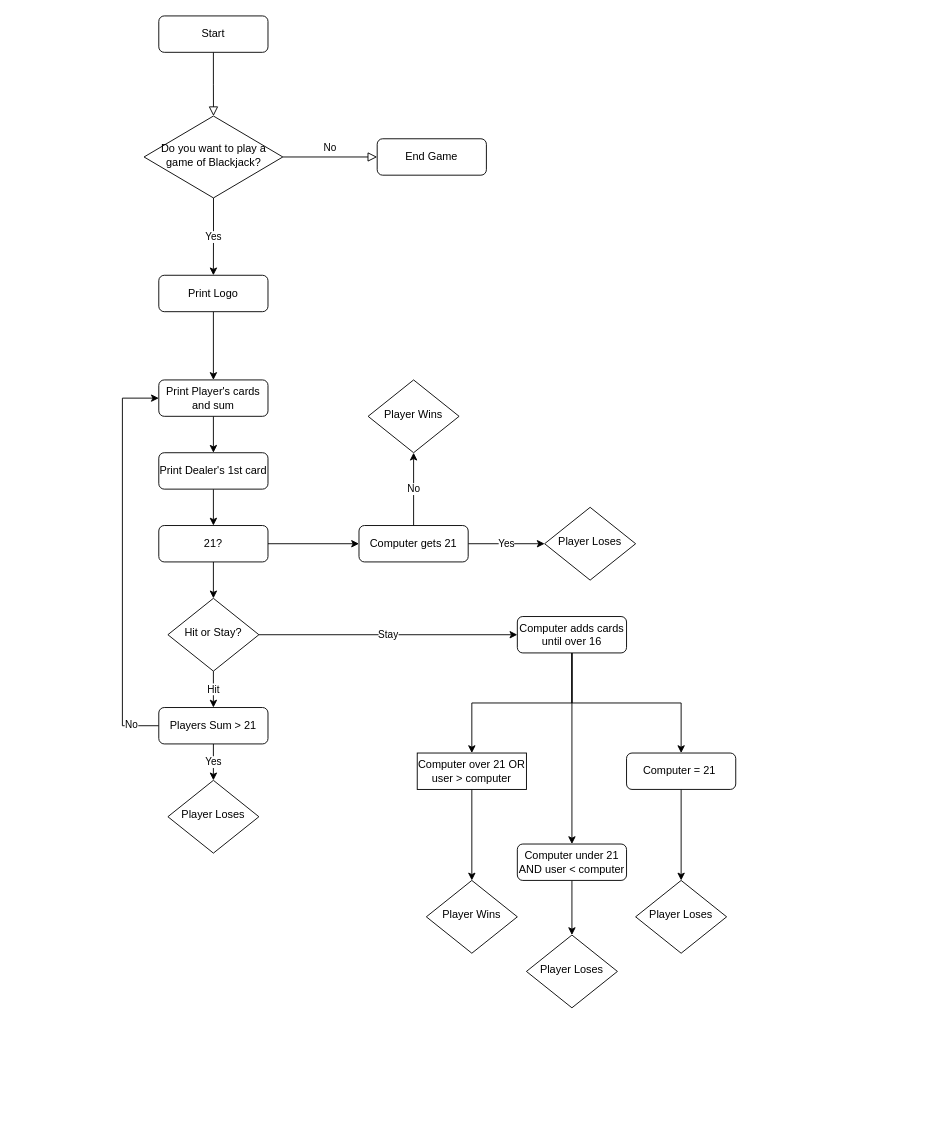
Before: Blackjack_flowchart.drawio in bcrawford72/my_test_workflows, a draw.io diagram. Source tidied: cells renumbered, new cells numbered last; positions are measured from the earlier drawing's top-left corner, leaving out a move shared by most shapes. Both pictures are drawn from the tidied source at 91%, with x=0, y=0 at pixel (122, 15).
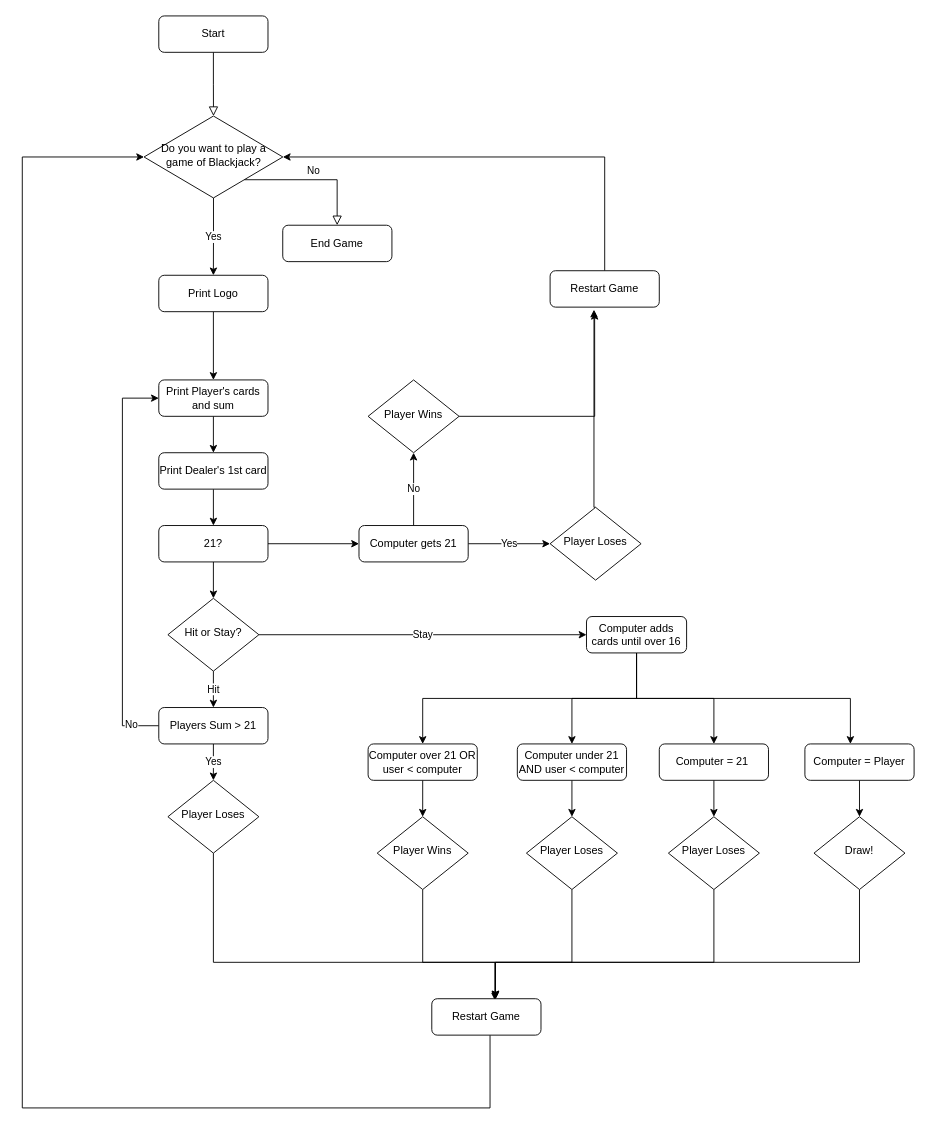
After the change.

The change refers to these unchanged cells:
```xml
<mxCell id="6" value="Do you want to play a game of Blackjack?" style="rhombus;whiteSpace=wrap;html=1;shadow=0;fontFamily=Helvetica;fontSize=12;align=center;strokeWidth=1;spacing=6;spacingTop=-4;" parent="1" vertex="1">
  <mxGeometry x="23.8" y="110" width="152.5" height="90" as="geometry" />
</mxCell>
<mxCell id="31" value="Player Loses" style="rhombus;whiteSpace=wrap;html=1;shadow=0;fontFamily=Helvetica;fontSize=12;align=center;strokeWidth=1;spacing=6;spacingTop=-4;" parent="1" vertex="1">
  <mxGeometry x="50" y="840" width="100" height="80" as="geometry" />
</mxCell>
<mxCell id="43" value="Player Wins" style="rhombus;whiteSpace=wrap;html=1;shadow=0;fontFamily=Helvetica;fontSize=12;align=center;strokeWidth=1;spacing=6;spacingTop=-4;" parent="1" vertex="1">
  <mxGeometry x="270" y="400" width="100" height="80" as="geometry" />
</mxCell>
```

What changed in the source:
```diff
@@
     <mxCell id="4" value="No" style="edgeStyle=orthogonalEdgeStyle;rounded=0;html=1;jettySize=auto;fontSize=11;endArrow=block;endFill=0;endSize=8;strokeWidth=1;shadow=0;labelBackgroundColor=none;" parent="1" edge="1" source="6" target="7">
-      <mxGeometry y="10" relative="1" as="geometry" />
+      <mxGeometry y="10" relative="1" as="geometry">
+        <Array as="points">
+          <mxPoint x="236" y="180" />
+        </Array>
+      </mxGeometry>
     </mxCell>
@@
     <mxCell id="7" value="End Game" style="rounded=1;whiteSpace=wrap;html=1;fontSize=12;glass=0;strokeWidth=1;shadow=0;" parent="1" vertex="1">
-      <mxGeometry x="280" y="135" width="120" height="40" as="geometry" />
+      <mxGeometry x="176.2" y="230" width="120" height="40" as="geometry" />
     </mxCell>
@@
+    <mxCell id="23" style="edgeStyle=orthogonalEdgeStyle;rounded=0;jettySize=auto;html=1;" parent="1" edge="1" source="24" target="33">
+      <mxGeometry relative="1" as="geometry">
+        <Array as="points">
+          <mxPoint x="565" y="750" />
+          <mxPoint x="650" y="750" />
+        </Array>
+      </mxGeometry>
+    </mxCell>
@@
-    <mxCell id="22" style="edgeStyle=orthogonalEdgeStyle;rounded=0;jettySize=auto;html=1;entryX=0.5;entryY=0;entryDx=0;entryDy=0;" parent="1" edge="1" source="24" target="26">
-      <mxGeometry relative="1" as="geometry" />
-    </mxCell>
-    <mxCell id="23" style="edgeStyle=orthogonalEdgeStyle;rounded=0;jettySize=auto;html=1;" parent="1" edge="1" source="24" target="33">
-      <mxGeometry relative="1" as="geometry" />
-    </mxCell>
+    <mxCell id="44" style="edgeStyle=orthogonalEdgeStyle;rounded=0;jettySize=auto;html=1;" parent="1" edge="1" source="24" target="55">
+      <mxGeometry relative="1" as="geometry">
+        <Array as="points">
+          <mxPoint x="565" y="750" />
+          <mxPoint x="800" y="750" />
+        </Array>
+      </mxGeometry>
+    </mxCell>
+    <mxCell id="45" style="edgeStyle=orthogonalEdgeStyle;rounded=0;jettySize=auto;html=1;entryX=0.5;entryY=0;entryDx=0;entryDy=0;" parent="1" edge="1" source="24" target="59">
+      <mxGeometry relative="1" as="geometry">
+        <Array as="points">
+          <mxPoint x="565" y="750" />
+          <mxPoint x="330" y="750" />
+        </Array>
+      </mxGeometry>
+    </mxCell>
     <mxCell id="24" value="Computer adds cards until over 16" style="rounded=1;whiteSpace=wrap;html=1;fontSize=12;glass=0;strokeWidth=1;shadow=0;" parent="1" vertex="1">
-      <mxGeometry x="434" y="660" width="120" height="40" as="geometry" />
+      <mxGeometry x="510" y="660" width="110" height="40" as="geometry" />
     </mxCell>
-    <mxCell id="25" style="edgeStyle=orthogonalEdgeStyle;rounded=0;jettySize=auto;html=1;" parent="1" edge="1" source="26" target="27">
-      <mxGeometry relative="1" as="geometry" />
-    </mxCell>
-    <mxCell id="26" value="Computer over 21 OR user &amp;gt; computer" style="rounded=1;whiteSpace=wrap;html=1;fontSize=12;glass=0;strokeWidth=1;shadow=0;arcSize=0;" parent="1" vertex="1">
-      <mxGeometry x="324" y="810" width="120" height="40" as="geometry" />
-    </mxCell>
+    <mxCell id="46" style="edgeStyle=orthogonalEdgeStyle;rounded=0;jettySize=auto;html=1;" parent="1" edge="1" source="27">
+      <mxGeometry relative="1" as="geometry">
+        <mxPoint x="410" y="1080" as="targetPoint" />
+        <Array as="points">
+          <mxPoint x="330" y="1040" />
+          <mxPoint x="410" y="1040" />
+        </Array>
+      </mxGeometry>
+    </mxCell>
     <mxCell id="27" value="Player Wins" style="rhombus;whiteSpace=wrap;html=1;shadow=0;fontFamily=Helvetica;fontSize=12;align=center;strokeWidth=1;spacing=6;spacingTop=-4;" parent="1" vertex="1">
-      <mxGeometry x="334" y="950" width="100" height="80" as="geometry" />
+      <mxGeometry x="280" y="880" width="100" height="80" as="geometry" />
     </mxCell>
+    <mxCell id="47" style="edgeStyle=orthogonalEdgeStyle;rounded=0;jettySize=auto;html=1;" parent="1" edge="1" source="28">
+      <mxGeometry relative="1" as="geometry">
+        <mxPoint x="410" y="1080" as="targetPoint" />
+        <Array as="points">
+          <mxPoint x="494" y="1040" />
+          <mxPoint x="410" y="1040" />
+        </Array>
+      </mxGeometry>
+    </mxCell>
     <mxCell id="28" value="Player Loses" style="rhombus;whiteSpace=wrap;html=1;shadow=0;fontFamily=Helvetica;fontSize=12;align=center;strokeWidth=1;spacing=6;spacingTop=-4;" parent="1" vertex="1">
-      <mxGeometry x="444" y="1010" width="100" height="80" as="geometry" />
+      <mxGeometry x="444" y="880" width="100" height="80" as="geometry" />
     </mxCell>
@@
     <mxCell id="30" value="Computer under 21 AND user &amp;lt; computer" style="rounded=1;whiteSpace=wrap;html=1;fontSize=12;glass=0;strokeWidth=1;shadow=0;" parent="1" vertex="1">
-      <mxGeometry x="434" y="910" width="120" height="40" as="geometry" />
+      <mxGeometry x="434" y="800" width="120" height="40" as="geometry" />
     </mxCell>
+    <mxCell id="48" style="edgeStyle=orthogonalEdgeStyle;rounded=0;jettySize=auto;html=1;entryX=0.582;entryY=-0.01;entryDx=0;entryDy=0;entryPerimeter=0;" parent="1" edge="1" source="31" target="53">
+      <mxGeometry relative="1" as="geometry">
+        <Array as="points">
+          <mxPoint x="100" y="1040" />
+          <mxPoint x="410" y="1040" />
+        </Array>
+      </mxGeometry>
+    </mxCell>
@@
     <mxCell id="33" value="Computer = 21&amp;nbsp;" style="rounded=1;whiteSpace=wrap;html=1;fontSize=12;glass=0;strokeWidth=1;shadow=0;" parent="1" vertex="1">
-      <mxGeometry x="554" y="810" width="120" height="40" as="geometry" />
+      <mxGeometry x="590" y="800" width="120" height="40" as="geometry" />
     </mxCell>
+    <mxCell id="49" style="edgeStyle=orthogonalEdgeStyle;rounded=0;jettySize=auto;html=1;entryX=0.578;entryY=0.05;entryDx=0;entryDy=0;entryPerimeter=0;" parent="1" edge="1" source="34" target="53">
+      <mxGeometry relative="1" as="geometry">
+        <Array as="points">
+          <mxPoint x="650" y="1040" />
+          <mxPoint x="409" y="1040" />
+        </Array>
+      </mxGeometry>
+    </mxCell>
     <mxCell id="34" value="Player Loses" style="rhombus;whiteSpace=wrap;html=1;shadow=0;fontFamily=Helvetica;fontSize=12;align=center;strokeWidth=1;spacing=6;spacingTop=-4;" parent="1" vertex="1">
-      <mxGeometry x="564" y="950" width="100" height="80" as="geometry" />
+      <mxGeometry x="600" y="880" width="100" height="80" as="geometry" />
     </mxCell>
@@
+    <mxCell id="50" style="edgeStyle=orthogonalEdgeStyle;rounded=0;jettySize=auto;html=1;entryX=0.402;entryY=1.07;entryDx=0;entryDy=0;entryPerimeter=0;exitX=0.5;exitY=0;exitDx=0;exitDy=0;" parent="1" edge="1" source="42" target="61">
+      <mxGeometry relative="1" as="geometry">
+        <Array as="points">
+          <mxPoint x="518" y="540" />
+        </Array>
+      </mxGeometry>
+    </mxCell>
     <mxCell id="42" value="Player Loses" style="rhombus;whiteSpace=wrap;html=1;shadow=0;fontFamily=Helvetica;fontSize=12;align=center;strokeWidth=1;spacing=6;spacingTop=-4;" parent="1" vertex="1">
-      <mxGeometry x="464" y="540" width="100" height="80" as="geometry" />
+      <mxGeometry x="470" y="540" width="100" height="80" as="geometry" />
     </mxCell>
+    <mxCell id="51" style="edgeStyle=orthogonalEdgeStyle;rounded=0;jettySize=auto;html=1;entryX=0.408;entryY=1.13;entryDx=0;entryDy=0;entryPerimeter=0;" parent="1" edge="1" source="43" target="61">
+      <mxGeometry relative="1" as="geometry" />
+    </mxCell>
@@
+    <mxCell id="52" style="edgeStyle=orthogonalEdgeStyle;rounded=0;jettySize=auto;html=1;entryX=0;entryY=0.5;entryDx=0;entryDy=0;" parent="1" edge="1" source="53" target="6">
+      <mxGeometry relative="1" as="geometry">
+        <Array as="points">
+          <mxPoint x="404" y="1200" />
+          <mxPoint x="-110" y="1200" />
+          <mxPoint x="-110" y="155" />
+        </Array>
+      </mxGeometry>
+    </mxCell>
+    <mxCell id="53" value="Restart Game" style="rounded=1;whiteSpace=wrap;html=1;fontSize=12;glass=0;strokeWidth=1;shadow=0;" parent="1" vertex="1">
+      <mxGeometry x="340" y="1080" width="120" height="40" as="geometry" />
+    </mxCell>
+    <mxCell id="54" style="edgeStyle=orthogonalEdgeStyle;rounded=0;jettySize=auto;html=1;" parent="1" edge="1" source="55" target="57">
+      <mxGeometry relative="1" as="geometry" />
+    </mxCell>
+    <mxCell id="55" value="Computer = Player" style="rounded=1;whiteSpace=wrap;html=1;fontSize=12;glass=0;strokeWidth=1;shadow=0;" parent="1" vertex="1">
+      <mxGeometry x="750" y="800" width="120" height="40" as="geometry" />
+    </mxCell>
+    <mxCell id="56" style="edgeStyle=orthogonalEdgeStyle;rounded=0;jettySize=auto;html=1;" parent="1" edge="1" source="57">
+      <mxGeometry relative="1" as="geometry">
+        <mxPoint x="410" y="1080" as="targetPoint" />
+        <Array as="points">
+          <mxPoint x="810" y="1040" />
+          <mxPoint x="410" y="1040" />
+        </Array>
+      </mxGeometry>
+    </mxCell>
+    <mxCell id="57" value="Draw!" style="rhombus;whiteSpace=wrap;html=1;shadow=0;fontFamily=Helvetica;fontSize=12;align=center;strokeWidth=1;spacing=6;spacingTop=-4;" parent="1" vertex="1">
+      <mxGeometry x="760" y="880" width="100" height="80" as="geometry" />
+    </mxCell>
+    <mxCell id="58" style="edgeStyle=orthogonalEdgeStyle;rounded=0;jettySize=auto;html=1;" parent="1" edge="1" source="59" target="27">
+      <mxGeometry relative="1" as="geometry" />
+    </mxCell>
+    <mxCell id="59" value="Computer over 21 OR user &amp;lt; computer" style="rounded=1;whiteSpace=wrap;html=1;fontSize=12;glass=0;strokeWidth=1;shadow=0;" parent="1" vertex="1">
+      <mxGeometry x="270" y="800" width="120" height="40" as="geometry" />
+    </mxCell>
+    <mxCell id="60" style="edgeStyle=orthogonalEdgeStyle;rounded=0;jettySize=auto;html=1;" parent="1" edge="1" source="61" target="6">
+      <mxGeometry relative="1" as="geometry">
+        <Array as="points">
+          <mxPoint x="530" y="155" />
+        </Array>
+      </mxGeometry>
+    </mxCell>
+    <mxCell id="61" value="Restart Game" style="rounded=1;whiteSpace=wrap;html=1;fontSize=12;glass=0;strokeWidth=1;shadow=0;" parent="1" vertex="1">
+      <mxGeometry x="470" y="280" width="120" height="40" as="geometry" />
+    </mxCell>
```
